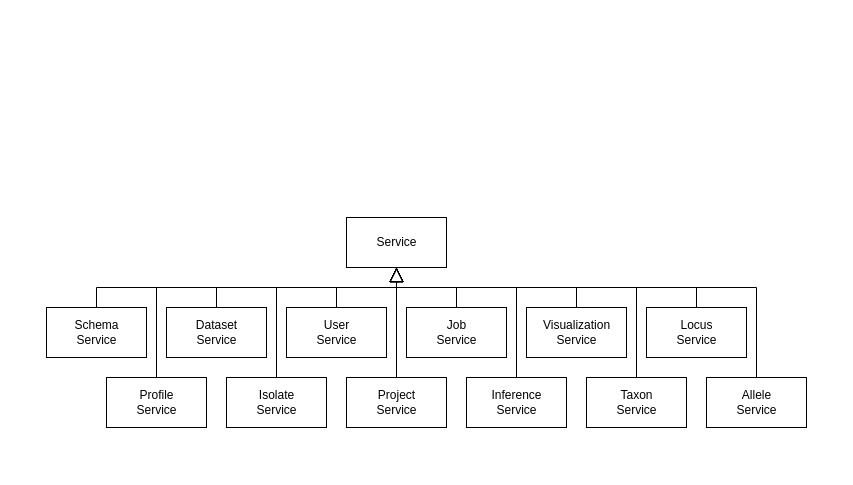
The draw.io diagram wiki/draw.io/phylodb/generalization-services.drawio in phyloviz/phyloDB, before the edit. Source tidied: cells renumbered, new cells numbered last; positions are measured from the earlier drawing's top-left corner, leaving out a move shared by most shapes. Both pictures are drawn from the tidied source at 100%, with x=0, y=0 at pixel (46, 217).
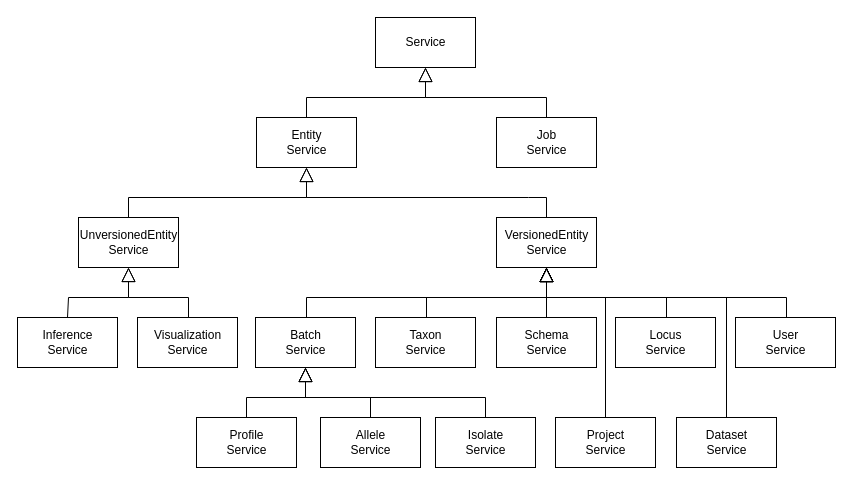
The same diagram, later.

Commit message:
Update generalization-services draw.io documentation file

Change to the diagram source:
```diff
@@
     <mxCell id="2" value="Service" style="html=1;" parent="1" vertex="1">
-      <mxGeometry x="300" width="100" height="50" as="geometry" />
+      <mxGeometry x="329" y="-200" width="100" height="50" as="geometry" />
     </mxCell>
-    <mxCell id="3" style="edgeStyle=orthogonalEdgeStyle;rounded=0;jettySize=auto;html=1;exitX=0.5;exitY=0;exitDx=0;exitDy=0;entryX=0.5;entryY=1;entryDx=0;entryDy=0;endArrow=block;endFill=0;endSize=12;" parent="1" edge="1" source="4" target="2">
-      <mxGeometry relative="1" as="geometry" />
-    </mxCell>
-    <mxCell id="4" value="User&lt;br&gt;Service" style="html=1;" parent="1" vertex="1">
-      <mxGeometry x="240" y="90" width="100" height="50" as="geometry" />
-    </mxCell>
-    <mxCell id="5" style="edgeStyle=orthogonalEdgeStyle;rounded=0;jettySize=auto;html=1;exitX=0.5;exitY=0;exitDx=0;exitDy=0;entryX=0.5;entryY=1;entryDx=0;entryDy=0;endArrow=block;endFill=0;endSize=12;" parent="1" edge="1" source="6" target="2">
-      <mxGeometry relative="1" as="geometry" />
-    </mxCell>
-    <mxCell id="6" value="Project&lt;br&gt;Service" style="html=1;" parent="1" vertex="1">
-      <mxGeometry x="300" y="160" width="100" height="50" as="geometry" />
-    </mxCell>
-    <mxCell id="7" style="edgeStyle=orthogonalEdgeStyle;rounded=0;jettySize=auto;html=1;exitX=0.5;exitY=0;exitDx=0;exitDy=0;entryX=0.5;entryY=1;entryDx=0;entryDy=0;endArrow=block;endFill=0;endSize=12;" parent="1" edge="1" source="8" target="2">
-      <mxGeometry relative="1" as="geometry">
-        <Array as="points">
-          <mxPoint x="590" y="70" />
-          <mxPoint x="350" y="70" />
-        </Array>
-      </mxGeometry>
-    </mxCell>
-    <mxCell id="8" value="Taxon&lt;br&gt;Service" style="html=1;" parent="1" vertex="1">
-      <mxGeometry x="540" y="160" width="100" height="50" as="geometry" />
-    </mxCell>
-    <mxCell id="9" style="edgeStyle=orthogonalEdgeStyle;rounded=0;jettySize=auto;html=1;exitX=0.5;exitY=0;exitDx=0;exitDy=0;entryX=0.5;entryY=1;entryDx=0;entryDy=0;endArrow=block;endFill=0;endSize=12;" parent="1" edge="1" source="10" target="2">
-      <mxGeometry relative="1" as="geometry">
-        <Array as="points">
-          <mxPoint x="650" y="70" />
-          <mxPoint x="350" y="70" />
-        </Array>
-      </mxGeometry>
-    </mxCell>
-    <mxCell id="10" value="Locus&lt;br&gt;Service" style="html=1;" parent="1" vertex="1">
-      <mxGeometry x="600" y="90" width="100" height="50" as="geometry" />
-    </mxCell>
-    <mxCell id="11" style="edgeStyle=orthogonalEdgeStyle;rounded=0;jettySize=auto;html=1;exitX=0.5;exitY=0;exitDx=0;exitDy=0;entryX=0.5;entryY=1;entryDx=0;entryDy=0;endArrow=block;endFill=0;endSize=12;" parent="1" edge="1" source="12" target="2">
-      <mxGeometry relative="1" as="geometry">
-        <Array as="points">
-          <mxPoint x="110" y="70" />
-          <mxPoint x="350" y="70" />
-        </Array>
-      </mxGeometry>
-    </mxCell>
-    <mxCell id="12" value="Profile&lt;br&gt;Service" style="html=1;" parent="1" vertex="1">
-      <mxGeometry x="60" y="160" width="100" height="50" as="geometry" />
-    </mxCell>
-    <mxCell id="13" style="edgeStyle=orthogonalEdgeStyle;rounded=0;jettySize=auto;html=1;exitX=0.5;exitY=0;exitDx=0;exitDy=0;entryX=0.5;entryY=1;entryDx=0;entryDy=0;endArrow=block;endFill=0;endSize=12;" parent="1" edge="1" source="14" target="2">
-      <mxGeometry relative="1" as="geometry">
-        <Array as="points">
-          <mxPoint x="170" y="70" />
-          <mxPoint x="350" y="70" />
-        </Array>
-      </mxGeometry>
-    </mxCell>
-    <mxCell id="14" value="Dataset&lt;br&gt;Service" style="html=1;" parent="1" vertex="1">
-      <mxGeometry x="120" y="90" width="100" height="50" as="geometry" />
-    </mxCell>
-    <mxCell id="15" style="edgeStyle=orthogonalEdgeStyle;rounded=0;jettySize=auto;html=1;exitX=0.5;exitY=0;exitDx=0;exitDy=0;entryX=0.5;entryY=1;entryDx=0;entryDy=0;endArrow=block;endFill=0;endSize=12;" parent="1" edge="1" source="16" target="2">
-      <mxGeometry relative="1" as="geometry">
-        <Array as="points">
-          <mxPoint x="50" y="70" />
-          <mxPoint x="350" y="70" />
-        </Array>
-      </mxGeometry>
-    </mxCell>
-    <mxCell id="16" value="Schema&lt;br&gt;Service" style="html=1;" parent="1" vertex="1">
-      <mxGeometry y="90" width="100" height="50" as="geometry" />
-    </mxCell>
-    <mxCell id="17" style="edgeStyle=orthogonalEdgeStyle;rounded=0;jettySize=auto;html=1;exitX=0.5;exitY=0;exitDx=0;exitDy=0;entryX=0.5;entryY=1;entryDx=0;entryDy=0;endArrow=block;endFill=0;endSize=12;" parent="1" edge="1" source="18" target="2">
-      <mxGeometry relative="1" as="geometry">
-        <Array as="points">
-          <mxPoint x="710" y="70" />
-          <mxPoint x="350" y="70" />
-        </Array>
-      </mxGeometry>
-    </mxCell>
-    <mxCell id="18" value="Allele&lt;br&gt;Service" style="html=1;" parent="1" vertex="1">
-      <mxGeometry x="660" y="160" width="100" height="50" as="geometry" />
-    </mxCell>
-    <mxCell id="19" style="edgeStyle=orthogonalEdgeStyle;rounded=0;jettySize=auto;html=1;exitX=0.5;exitY=0;exitDx=0;exitDy=0;entryX=0.5;entryY=1;entryDx=0;entryDy=0;endArrow=block;endFill=0;endSize=12;" parent="1" edge="1" source="20" target="2">
-      <mxGeometry relative="1" as="geometry">
-        <Array as="points">
-          <mxPoint x="230" y="70" />
-          <mxPoint x="350" y="70" />
-        </Array>
-      </mxGeometry>
-    </mxCell>
-    <mxCell id="20" value="Isolate&lt;br&gt;Service" style="html=1;" parent="1" vertex="1">
-      <mxGeometry x="180" y="160" width="100" height="50" as="geometry" />
-    </mxCell>
-    <mxCell id="21" style="edgeStyle=orthogonalEdgeStyle;rounded=0;jettySize=auto;html=1;exitX=0.5;exitY=0;exitDx=0;exitDy=0;entryX=0.5;entryY=1;entryDx=0;entryDy=0;endArrow=block;endFill=0;endSize=12;" parent="1" edge="1" source="22" target="2">
-      <mxGeometry relative="1" as="geometry">
-        <Array as="points">
-          <mxPoint x="470" y="70" />
-          <mxPoint x="350" y="70" />
-        </Array>
-      </mxGeometry>
-    </mxCell>
-    <mxCell id="22" value="Inference&lt;br&gt;Service" style="html=1;" parent="1" vertex="1">
-      <mxGeometry x="420" y="160" width="100" height="50" as="geometry" />
-    </mxCell>
-    <mxCell id="23" style="edgeStyle=orthogonalEdgeStyle;rounded=0;jettySize=auto;html=1;exitX=0.5;exitY=0;exitDx=0;exitDy=0;entryX=0.5;entryY=1;entryDx=0;entryDy=0;endArrow=block;endFill=0;endSize=12;" parent="1" edge="1" source="24" target="2">
-      <mxGeometry relative="1" as="geometry">
-        <Array as="points">
-          <mxPoint x="530" y="70" />
-          <mxPoint x="350" y="70" />
-        </Array>
-      </mxGeometry>
-    </mxCell>
-    <mxCell id="24" value="Visualization&lt;br&gt;Service" style="html=1;" parent="1" vertex="1">
-      <mxGeometry x="480" y="90" width="100" height="50" as="geometry" />
-    </mxCell>
+    <mxCell id="27" style="edgeStyle=orthogonalEdgeStyle;rounded=0;jettySize=auto;html=1;exitX=0.5;exitY=0;exitDx=0;exitDy=0;entryX=0.5;entryY=1;entryDx=0;entryDy=0;endArrow=block;endFill=0;endSize=12;" parent="1" edge="1" source="28" target="2">
+      <mxGeometry relative="1" as="geometry" />
+    </mxCell>
+    <mxCell id="28" value="Entity&lt;br&gt;Service" style="html=1;" parent="1" vertex="1">
+      <mxGeometry x="210" y="-100" width="100" height="50" as="geometry" />
+    </mxCell>
+    <mxCell id="29" style="edgeStyle=orthogonalEdgeStyle;rounded=0;jettySize=auto;html=1;exitX=0.5;exitY=0;exitDx=0;exitDy=0;entryX=0.5;entryY=1;entryDx=0;entryDy=0;endArrow=block;endFill=0;endSize=12;" parent="1" edge="1" source="30" target="28">
+      <mxGeometry relative="1" as="geometry">
+        <Array as="points">
+          <mxPoint x="82" y="-20" />
+          <mxPoint x="260" y="-20" />
+        </Array>
+      </mxGeometry>
+    </mxCell>
+    <mxCell id="30" value="UnversionedEntity&lt;br&gt;Service" style="html=1;" parent="1" vertex="1">
+      <mxGeometry x="32" width="100" height="50" as="geometry" />
+    </mxCell>
+    <mxCell id="31" style="edgeStyle=orthogonalEdgeStyle;rounded=0;jettySize=auto;html=1;exitX=0.5;exitY=0;exitDx=0;exitDy=0;entryX=0.5;entryY=1;entryDx=0;entryDy=0;endArrow=block;endFill=0;endSize=12;" parent="1" edge="1" source="32" target="28">
+      <mxGeometry relative="1" as="geometry">
+        <Array as="points">
+          <mxPoint x="482" y="-20" />
+          <mxPoint x="300" y="-20" />
+        </Array>
+      </mxGeometry>
+    </mxCell>
+    <mxCell id="32" value="VersionedEntity&lt;br&gt;Service" style="html=1;" parent="1" vertex="1">
+      <mxGeometry x="450" width="100" height="50" as="geometry" />
+    </mxCell>
@@
     <mxCell id="26" value="Job&lt;br&gt;Service" style="html=1;" parent="1" vertex="1">
-      <mxGeometry x="360" y="90" width="100" height="50" as="geometry" />
+      <mxGeometry x="450" y="-100" width="100" height="50" as="geometry" />
     </mxCell>
+    <mxCell id="33" style="edgeStyle=orthogonalEdgeStyle;rounded=0;jettySize=auto;html=1;exitX=0.5;exitY=0;exitDx=0;exitDy=0;entryX=0.5;entryY=1;entryDx=0;entryDy=0;endArrow=block;endFill=0;endSize=12;" parent="1" edge="1" source="24" target="30">
+      <mxGeometry relative="1" as="geometry">
+        <Array as="points">
+          <mxPoint x="142" y="100" />
+          <mxPoint x="142" y="80" />
+          <mxPoint x="82" y="80" />
+        </Array>
+      </mxGeometry>
+    </mxCell>
+    <mxCell id="24" value="Visualization&lt;br&gt;Service" style="html=1;" parent="1" vertex="1">
+      <mxGeometry x="91" y="100" width="100" height="50" as="geometry" />
+    </mxCell>
+    <mxCell id="34" style="edgeStyle=orthogonalEdgeStyle;rounded=0;jettySize=auto;html=1;exitX=0.5;exitY=0;exitDx=0;exitDy=0;entryX=0.5;entryY=1;entryDx=0;entryDy=0;endArrow=block;endFill=0;endSize=12;" parent="1" edge="1" source="22" target="30">
+      <mxGeometry relative="1" as="geometry">
+        <Array as="points">
+          <mxPoint x="22" y="100" />
+          <mxPoint x="22" y="80" />
+          <mxPoint x="82" y="80" />
+        </Array>
+      </mxGeometry>
+    </mxCell>
+    <mxCell id="22" value="Inference&lt;br&gt;Service" style="html=1;" parent="1" vertex="1">
+      <mxGeometry x="-29" y="100" width="100" height="50" as="geometry" />
+    </mxCell>
+    <mxCell id="35" style="edgeStyle=orthogonalEdgeStyle;rounded=0;jettySize=auto;html=1;exitX=0.5;exitY=0;exitDx=0;exitDy=0;startArrow=none;startFill=0;endArrow=block;endFill=0;endSize=12;entryX=0.5;entryY=1;entryDx=0;entryDy=0;" parent="1" edge="1" source="16" target="32">
+      <mxGeometry relative="1" as="geometry" />
+    </mxCell>
+    <mxCell id="16" value="Schema&lt;br&gt;Service" style="html=1;" parent="1" vertex="1">
+      <mxGeometry x="450" y="100" width="100" height="50" as="geometry" />
+    </mxCell>
+    <mxCell id="36" style="edgeStyle=orthogonalEdgeStyle;rounded=0;jettySize=auto;html=1;exitX=0.5;exitY=0;exitDx=0;exitDy=0;entryX=0.5;entryY=1;entryDx=0;entryDy=0;startArrow=none;startFill=0;endArrow=block;endFill=0;endSize=12;" parent="1" edge="1" source="12" target="45">
+      <mxGeometry relative="1" as="geometry">
+        <Array as="points">
+          <mxPoint x="200" y="180" />
+          <mxPoint x="259" y="180" />
+        </Array>
+      </mxGeometry>
+    </mxCell>
+    <mxCell id="12" value="Profile&lt;br&gt;Service" style="html=1;" parent="1" vertex="1">
+      <mxGeometry x="150" y="200" width="100" height="50" as="geometry" />
+    </mxCell>
+    <mxCell id="37" style="edgeStyle=orthogonalEdgeStyle;rounded=0;jettySize=auto;html=1;exitX=0.5;exitY=0;exitDx=0;exitDy=0;entryX=0.5;entryY=1;entryDx=0;entryDy=0;startArrow=none;startFill=0;endArrow=block;endFill=0;endSize=12;" parent="1" edge="1" source="14" target="32">
+      <mxGeometry relative="1" as="geometry">
+        <Array as="points">
+          <mxPoint x="680" y="200" />
+          <mxPoint x="680" y="80" />
+          <mxPoint x="500" y="80" />
+        </Array>
+      </mxGeometry>
+    </mxCell>
+    <mxCell id="14" value="Dataset&lt;br&gt;Service" style="html=1;" parent="1" vertex="1">
+      <mxGeometry x="630" y="200" width="100" height="50" as="geometry" />
+    </mxCell>
+    <mxCell id="38" style="edgeStyle=orthogonalEdgeStyle;rounded=0;jettySize=auto;html=1;exitX=0.5;exitY=0;exitDx=0;exitDy=0;entryX=0.5;entryY=1;entryDx=0;entryDy=0;startArrow=none;startFill=0;endArrow=block;endFill=0;endSize=12;" parent="1" edge="1" source="20" target="45">
+      <mxGeometry relative="1" as="geometry" />
+    </mxCell>
+    <mxCell id="20" value="Isolate&lt;br&gt;Service" style="html=1;" parent="1" vertex="1">
+      <mxGeometry x="389" y="200" width="100" height="50" as="geometry" />
+    </mxCell>
+    <mxCell id="39" style="edgeStyle=orthogonalEdgeStyle;rounded=0;jettySize=auto;html=1;exitX=0.5;exitY=0;exitDx=0;exitDy=0;entryX=0.5;entryY=1;entryDx=0;entryDy=0;startArrow=none;startFill=0;endArrow=block;endFill=0;endSize=12;" parent="1" edge="1" source="4" target="32">
+      <mxGeometry relative="1" as="geometry">
+        <Array as="points">
+          <mxPoint x="740" y="100" />
+          <mxPoint x="740" y="80" />
+          <mxPoint x="500" y="80" />
+        </Array>
+      </mxGeometry>
+    </mxCell>
+    <mxCell id="4" value="User&lt;br&gt;Service" style="html=1;" parent="1" vertex="1">
+      <mxGeometry x="689" y="100" width="100" height="50" as="geometry" />
+    </mxCell>
+    <mxCell id="40" style="edgeStyle=orthogonalEdgeStyle;rounded=0;jettySize=auto;html=1;entryX=0.5;entryY=1;entryDx=0;entryDy=0;startArrow=none;startFill=0;endArrow=block;endFill=0;endSize=12;" parent="1" edge="1" source="6" target="32">
+      <mxGeometry relative="1" as="geometry">
+        <Array as="points">
+          <mxPoint x="559" y="80" />
+          <mxPoint x="500" y="80" />
+        </Array>
+      </mxGeometry>
+    </mxCell>
+    <mxCell id="6" value="Project&lt;br&gt;Service" style="html=1;" parent="1" vertex="1">
+      <mxGeometry x="509" y="200" width="100" height="50" as="geometry" />
+    </mxCell>
+    <mxCell id="41" style="edgeStyle=orthogonalEdgeStyle;rounded=0;jettySize=auto;html=1;exitX=0.5;exitY=0;exitDx=0;exitDy=0;entryX=0.5;entryY=1;entryDx=0;entryDy=0;startArrow=none;startFill=0;endArrow=block;endFill=0;endSize=12;" parent="1" edge="1" source="8" target="32">
+      <mxGeometry relative="1" as="geometry">
+        <Array as="points">
+          <mxPoint x="380" y="100" />
+          <mxPoint x="380" y="80" />
+          <mxPoint x="500" y="80" />
+        </Array>
+      </mxGeometry>
+    </mxCell>
+    <mxCell id="8" value="Taxon&lt;br&gt;Service" style="html=1;" parent="1" vertex="1">
+      <mxGeometry x="329" y="100" width="100" height="50" as="geometry" />
+    </mxCell>
+    <mxCell id="42" style="edgeStyle=orthogonalEdgeStyle;rounded=0;jettySize=auto;html=1;exitX=0.5;exitY=0;exitDx=0;exitDy=0;entryX=0.5;entryY=1;entryDx=0;entryDy=0;startArrow=none;startFill=0;endArrow=block;endFill=0;endSize=12;" parent="1" edge="1" source="10" target="32">
+      <mxGeometry relative="1" as="geometry">
+        <Array as="points">
+          <mxPoint x="620" y="100" />
+          <mxPoint x="620" y="80" />
+          <mxPoint x="500" y="80" />
+        </Array>
+      </mxGeometry>
+    </mxCell>
+    <mxCell id="10" value="Locus&lt;br&gt;Service" style="html=1;" parent="1" vertex="1">
+      <mxGeometry x="569" y="100" width="100" height="50" as="geometry" />
+    </mxCell>
+    <mxCell id="43" style="edgeStyle=orthogonalEdgeStyle;rounded=0;jettySize=auto;html=1;exitX=0.5;exitY=0;exitDx=0;exitDy=0;entryX=0.5;entryY=1;entryDx=0;entryDy=0;startArrow=none;startFill=0;endArrow=block;endFill=0;endSize=12;" parent="1" edge="1" source="18" target="45">
+      <mxGeometry relative="1" as="geometry" />
+    </mxCell>
+    <mxCell id="18" value="Allele&lt;br&gt;Service" style="html=1;" parent="1" vertex="1">
+      <mxGeometry x="274" y="200" width="100" height="50" as="geometry" />
+    </mxCell>
+    <mxCell id="44" style="edgeStyle=orthogonalEdgeStyle;rounded=0;jettySize=auto;html=1;exitX=0.5;exitY=0;exitDx=0;exitDy=0;startArrow=none;startFill=0;endArrow=block;endFill=0;endSize=12;" parent="1" edge="1" source="45" target="32">
+      <mxGeometry relative="1" as="geometry">
+        <Array as="points">
+          <mxPoint x="260" y="100" />
+          <mxPoint x="260" y="80" />
+          <mxPoint x="500" y="80" />
+        </Array>
+      </mxGeometry>
+    </mxCell>
+    <mxCell id="45" value="Batch&lt;br&gt;Service" style="html=1;" parent="1" vertex="1">
+      <mxGeometry x="209" y="100" width="100" height="50" as="geometry" />
+    </mxCell>
```
